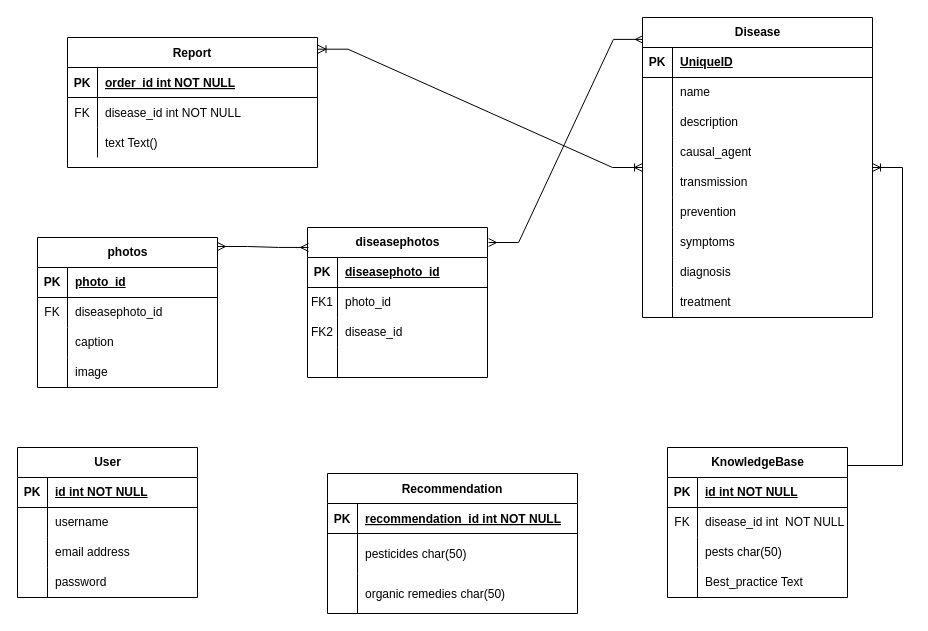
XpertBotTeam/CpertBotAgriTech_Backend keeps this draw.io diagram as Untitled Diagram.drawio. Above is the earlier version. Source tidied: cells renumbered, new cells numbered last; positions are measured from the earlier drawing's top-left corner, leaving out a move shared by most shapes. Both pictures are drawn from the tidied source at 100%, with x=0, y=0 at pixel (17, 17).
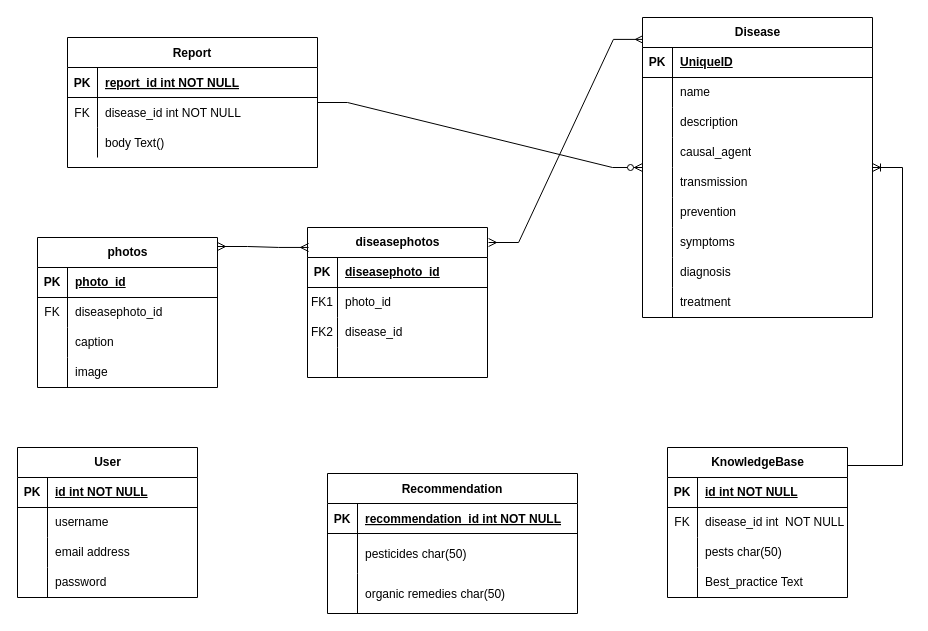
The same page after the edit.

The change refers to these unchanged cells:
```xml
<mxCell id="2" value="Report" style="shape=table;startSize=30;childLayout=tableLayout;rowLines=0;fontStyle=1;align=center;gradientColor=none;swimlaneFillColor=default;" parent="1" vertex="1">
  <mxGeometry x="50" y="20" width="250" height="130" as="geometry" />
</mxCell>
<mxCell id="3" style="shape=partialRectangle;fillColor=none;top=0;left=0;right=0;bottom=1;" parent="2" vertex="1">
  <mxGeometry y="30" width="250" height="30" as="geometry" />
</mxCell>
<mxCell id="9" style="shape=partialRectangle;fillColor=none;top=0;left=0;right=0;bottom=0;" parent="2" vertex="1">
  <mxGeometry y="90" width="250" height="30" as="geometry" />
</mxCell>
<mxCell id="78" value="Disease" style="shape=table;startSize=30;childLayout=tableLayout;rowLines=0;fontStyle=1;align=center;html=1;points=[[0,0,0,0,0],[0,0.14,0,0,0],[0,0.25,0,0,0],[0,0.29,0,0,0],[0,0.43,0,0,0],[0,0.5,0,0,0],[0,0.57,0,0,0],[0,0.71,0,0,0],[0,0.75,0,0,0],[0,0.86,0,0,0],[0,1,0,0,0],[0.25,0,0,0,0],[0.25,1,0,0,0],[0.5,0,0,0,0],[0.5,1,0,0,0],[0.75,0,0,0,0],[0.75,1,0,0,0],[1,0,0,0,0],[1,0.25,0,0,0],[1,0.5,0,0,0],[1,0.75,0,0,0],[1,1,0,0,0]];" parent="1" vertex="1">
  <mxGeometry x="625" width="230" height="300" as="geometry" />
</mxCell>
```

Diff of the diagram source:
```diff
@@
-    <mxCell id="5" value="order_id int NOT NULL " style="shape=partialRectangle;overflow=hidden;fillColor=none;top=0;left=0;bottom=0;right=0;align=left;spacingLeft=6;fontStyle=5;" parent="3" vertex="1">
+    <mxCell id="5" value="report_id int NOT NULL " style="shape=partialRectangle;overflow=hidden;fillColor=none;top=0;left=0;bottom=0;right=0;align=left;spacingLeft=6;fontStyle=5;" parent="3" vertex="1">
       <mxGeometry x="30" width="220" height="30" as="geometry" />
     </mxCell>
@@
-    <mxCell id="11" value="text Text() " style="shape=partialRectangle;overflow=hidden;fillColor=none;top=0;left=0;bottom=0;right=0;align=left;spacingLeft=6;" parent="9" vertex="1">
+    <mxCell id="11" value="body Text() " style="shape=partialRectangle;overflow=hidden;fillColor=none;top=0;left=0;bottom=0;right=0;align=left;spacingLeft=6;" parent="9" vertex="1">
       <mxGeometry x="30" width="220" height="30" as="geometry" />
     </mxCell>
@@
-    <mxCell id="48" style="edgeStyle=entityRelationEdgeStyle;fontSize=12;html=1;endArrow=ERoneToMany;startArrow=ERoneToMany;rounded=0;entryX=1.002;entryY=0.09;entryDx=0;entryDy=0;entryPerimeter=0;" parent="1" edge="1" source="78" target="2">
-      <mxGeometry relative="1" as="geometry">
-        <Array as="points">
-          <mxPoint x="600" y="60" />
-          <mxPoint x="580" y="40" />
-          <mxPoint x="590" y="80" />
-          <mxPoint x="400" y="40" />
-        </Array>
-      </mxGeometry>
-    </mxCell>
@@
+    <mxCell id="106" style="edgeStyle=entityRelationEdgeStyle;fontSize=12;html=1;endArrow=ERzeroToMany;endFill=1;rounded=0;" parent="1" edge="1" source="2" target="78">
+      <mxGeometry relative="1" as="geometry" />
+    </mxCell>
```
